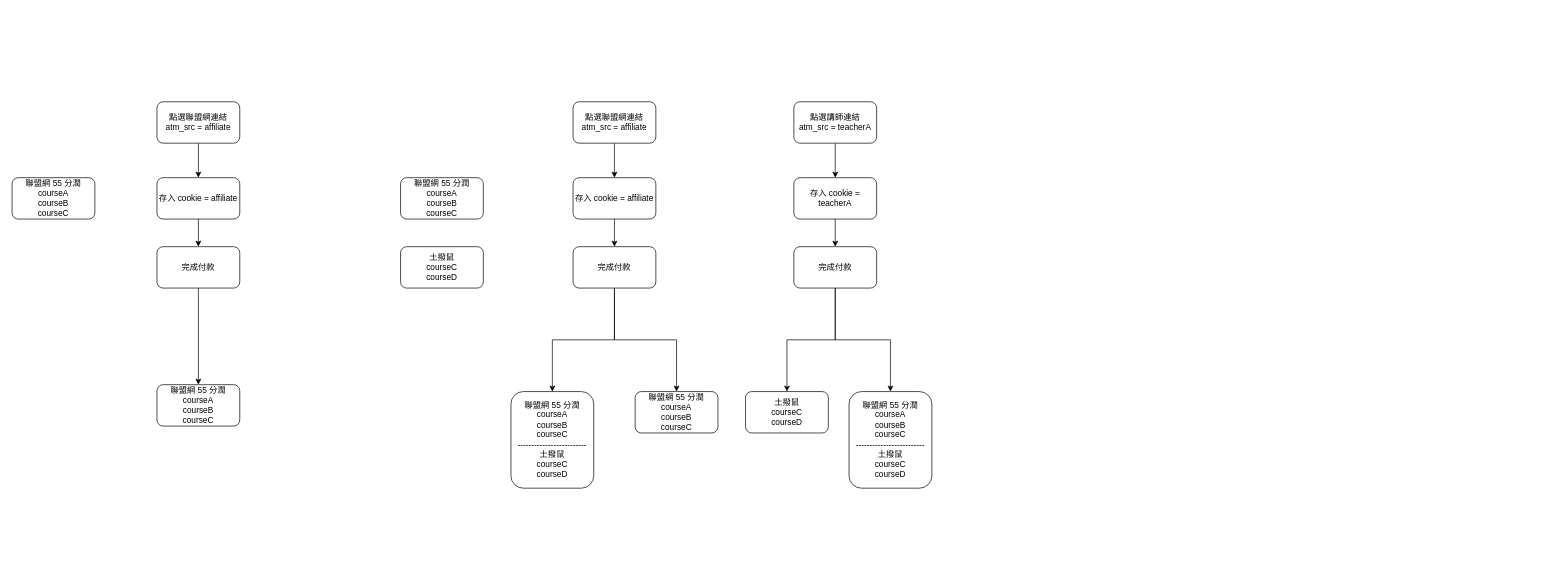
Earlier version of the draw.io diagram Affiliate_option.drawio (BenmrChen/Draw.io). Source tidied: cells renumbered, new cells numbered last; positions are measured from the earlier drawing's top-left corner, leaving out a move shared by most shapes. Both pictures are drawn from the tidied source at 69%, with x=0, y=0 at pixel (12, 101).
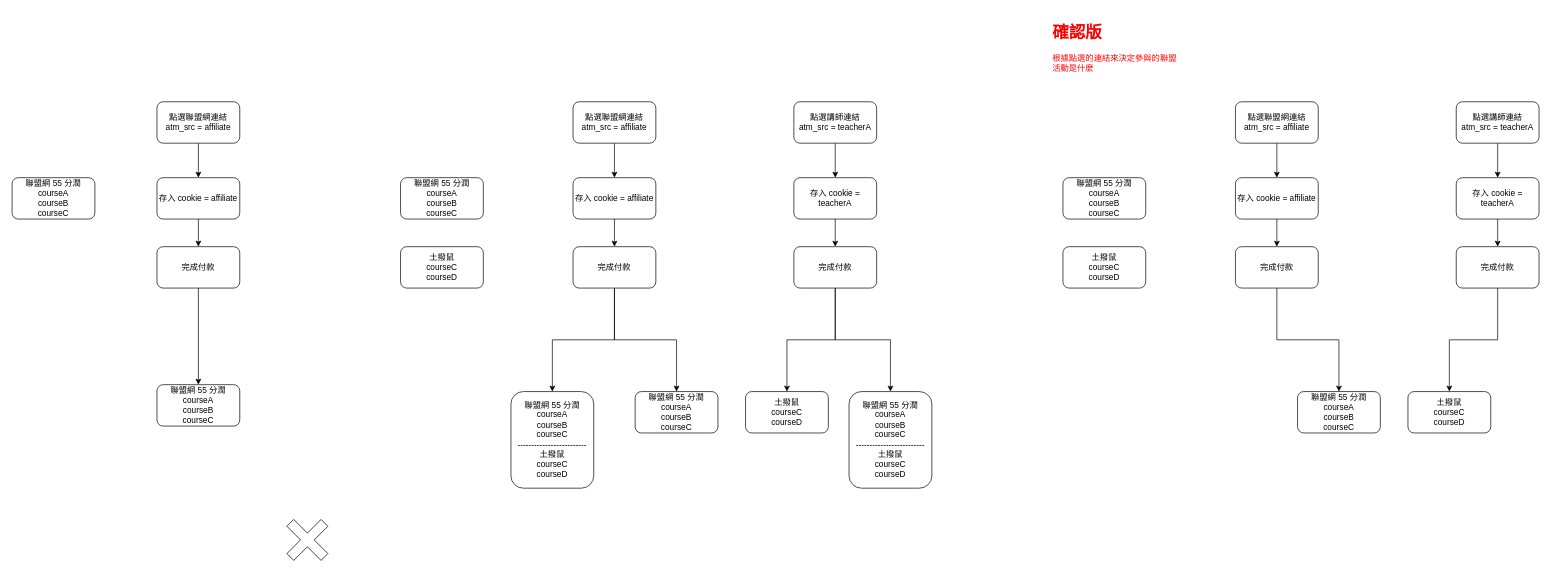
The same diagram, later.

Change to the diagram source:
```diff
@@
+    <mxCell id="30" style="shape=cross;whiteSpace=wrap;html=1;rotation=-45;" parent="1" vertex="1">
+      <mxGeometry x="393" y="600" width="70" height="70" as="geometry" />
+    </mxCell>
+    <mxCell id="31" style="edgeStyle=orthogonalEdgeStyle;rounded=0;jettySize=auto;html=1;exitX=0.5;exitY=1;exitDx=0;exitDy=0;entryX=0.5;entryY=0;entryDx=0;entryDy=0;" parent="1" edge="1" source="32" target="36">
+      <mxGeometry relative="1" as="geometry" />
+    </mxCell>
+    <mxCell id="32" value="點選聯盟網連結&lt;br&gt;atm_src = affiliate" style="rounded=1;whiteSpace=wrap;html=1;" parent="1" vertex="1">
+      <mxGeometry x="1773" width="120" height="60" as="geometry" />
+    </mxCell>
+    <mxCell id="33" style="edgeStyle=orthogonalEdgeStyle;rounded=0;jettySize=auto;html=1;exitX=0.5;exitY=1;exitDx=0;exitDy=0;" parent="1" edge="1" source="34" target="38">
+      <mxGeometry relative="1" as="geometry" />
+    </mxCell>
+    <mxCell id="34" value="點選講師連結&lt;br&gt;atm_src = teacherA" style="rounded=1;whiteSpace=wrap;html=1;" parent="1" vertex="1">
+      <mxGeometry x="2093" width="120" height="60" as="geometry" />
+    </mxCell>
+    <mxCell id="35" style="edgeStyle=orthogonalEdgeStyle;rounded=0;jettySize=auto;html=1;exitX=0.5;exitY=1;exitDx=0;exitDy=0;entryX=0.5;entryY=0;entryDx=0;entryDy=0;" parent="1" edge="1" source="36" target="42">
+      <mxGeometry relative="1" as="geometry" />
+    </mxCell>
+    <mxCell id="36" value="存入 cookie = affiliate" style="rounded=1;whiteSpace=wrap;html=1;" parent="1" vertex="1">
+      <mxGeometry x="1773" y="110" width="120" height="60" as="geometry" />
+    </mxCell>
+    <mxCell id="37" style="edgeStyle=orthogonalEdgeStyle;rounded=0;jettySize=auto;html=1;exitX=0.5;exitY=1;exitDx=0;exitDy=0;entryX=0.5;entryY=0;entryDx=0;entryDy=0;" parent="1" edge="1" source="38" target="44">
+      <mxGeometry relative="1" as="geometry" />
+    </mxCell>
+    <mxCell id="38" value="存入 cookie = teacherA" style="rounded=1;whiteSpace=wrap;html=1;" parent="1" vertex="1">
+      <mxGeometry x="2093" y="110" width="120" height="60" as="geometry" />
+    </mxCell>
+    <mxCell id="39" value="聯盟網 55 分潤&lt;br&gt;courseA&lt;br&gt;courseB&lt;br&gt;courseC" style="rounded=1;whiteSpace=wrap;html=1;" parent="1" vertex="1">
+      <mxGeometry x="1863" y="420" width="120" height="60" as="geometry" />
+    </mxCell>
+    <mxCell id="40" value="土撥鼠&lt;br&gt;courseC&lt;br&gt;courseD" style="rounded=1;whiteSpace=wrap;html=1;" parent="1" vertex="1">
+      <mxGeometry x="2023" y="420" width="120" height="60" as="geometry" />
+    </mxCell>
+    <mxCell id="41" style="edgeStyle=orthogonalEdgeStyle;rounded=0;jettySize=auto;html=1;exitX=0.5;exitY=1;exitDx=0;exitDy=0;" parent="1" edge="1" source="42" target="39">
+      <mxGeometry relative="1" as="geometry" />
+    </mxCell>
+    <mxCell id="42" value="完成付款" style="rounded=1;whiteSpace=wrap;html=1;" parent="1" vertex="1">
+      <mxGeometry x="1773" y="210" width="120" height="60" as="geometry" />
+    </mxCell>
+    <mxCell id="43" style="edgeStyle=orthogonalEdgeStyle;rounded=0;jettySize=auto;html=1;exitX=0.5;exitY=1;exitDx=0;exitDy=0;" parent="1" edge="1" source="44" target="40">
+      <mxGeometry relative="1" as="geometry" />
+    </mxCell>
+    <mxCell id="44" value="完成付款" style="rounded=1;whiteSpace=wrap;html=1;" parent="1" vertex="1">
+      <mxGeometry x="2093" y="210" width="120" height="60" as="geometry" />
+    </mxCell>
+    <mxCell id="45" value="土撥鼠&lt;br&gt;courseC&lt;br&gt;courseD" style="rounded=1;whiteSpace=wrap;html=1;" parent="1" vertex="1">
+      <mxGeometry x="1523" y="210" width="120" height="60" as="geometry" />
+    </mxCell>
+    <mxCell id="46" value="聯盟網 55 分潤&lt;br&gt;courseA&lt;br&gt;courseB&lt;br&gt;courseC" style="rounded=1;whiteSpace=wrap;html=1;" parent="1" vertex="1">
+      <mxGeometry x="1523" y="110" width="120" height="60" as="geometry" />
+    </mxCell>
+    <mxCell id="47" value="&lt;h1&gt;&lt;font color=&quot;#ff0000&quot;&gt;確認版&lt;/font&gt;&lt;/h1&gt;&lt;p&gt;&lt;font color=&quot;#ff0000&quot;&gt;根據點選的連結來決定參與的聯盟活動是什麼&lt;/font&gt;&lt;/p&gt;" style="text;html=1;strokeColor=none;fillColor=none;spacing=5;spacingTop=-20;whiteSpace=wrap;overflow=hidden;rounded=0;" parent="1" vertex="1">
+      <mxGeometry x="1503" y="-120" width="190" height="120" as="geometry" />
+    </mxCell>
```
